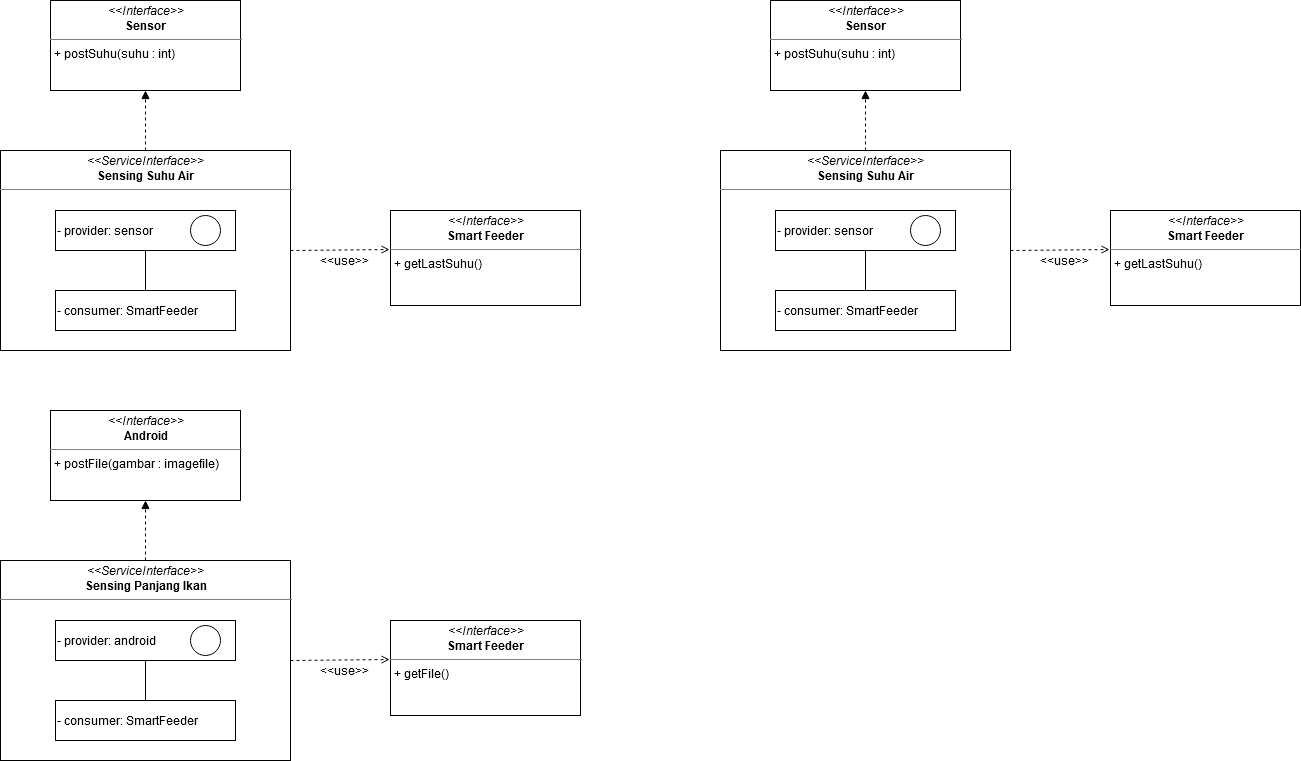
Above: serviceinterface.png in shadow17t/diagram (draw.io), before the change. Source tidied: cells renumbered, new cells last; positions are measured from the earlier drawing's top-left corner, leaving out a move shared by most shapes.
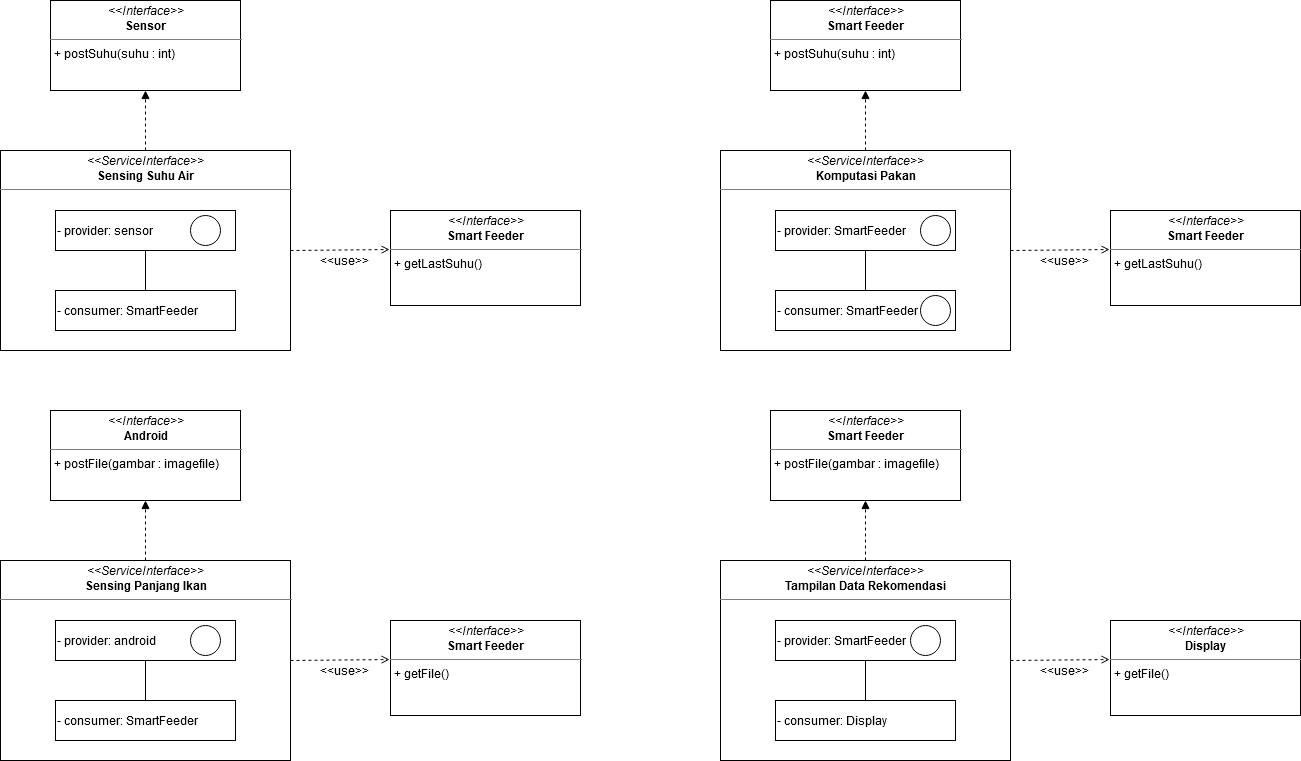
Above is the later version.

Diff of the diagram source:
```diff
@@ -62,17 +62,17 @@
     <mxCell id="21" value="&amp;lt;&amp;lt;use&amp;gt;&amp;gt;" style="text;html=1;strokeColor=none;fillColor=none;align=center;verticalAlign=middle;whiteSpace=wrap;rounded=0;" parent="1" vertex="1">
       <mxGeometry x="324" y="660" width="40" height="20" as="geometry" />
     </mxCell>
-    <mxCell id="22" value="&lt;p style=&quot;margin: 0px ; margin-top: 4px ; text-align: center&quot;&gt;&lt;i&gt;&amp;lt;&amp;lt;Interface&amp;gt;&amp;gt;&lt;/i&gt;&lt;br&gt;&lt;b&gt;Sensor&lt;br&gt;&lt;/b&gt;&lt;/p&gt;&lt;hr size=&quot;1&quot;&gt;&lt;p style=&quot;margin: 0px ; margin-left: 4px&quot;&gt;+ postSuhu(suhu : int)&lt;br&gt;&lt;/p&gt;" style="verticalAlign=top;align=left;overflow=fill;fontSize=12;fontFamily=Helvetica;html=1;" parent="1" vertex="1">
+    <mxCell id="22" value="&lt;p style=&quot;margin: 0px ; margin-top: 4px ; text-align: center&quot;&gt;&lt;i&gt;&amp;lt;&amp;lt;Interface&amp;gt;&amp;gt;&lt;/i&gt;&lt;br&gt;&lt;b&gt;Smart Feeder&lt;br&gt;&lt;/b&gt;&lt;/p&gt;&lt;hr size=&quot;1&quot;&gt;&lt;p style=&quot;margin: 0px ; margin-left: 4px&quot;&gt;+ postSuhu(suhu : int)&lt;br&gt;&lt;/p&gt;" style="verticalAlign=top;align=left;overflow=fill;fontSize=12;fontFamily=Helvetica;html=1;" parent="1" vertex="1">
       <mxGeometry x="770" width="190" height="90" as="geometry" />
     </mxCell>
-    <mxCell id="23" value="&lt;p style=&quot;margin: 0px ; margin-top: 4px ; text-align: center&quot;&gt;&lt;i&gt;&amp;lt;&amp;lt;ServiceInterface&amp;gt;&amp;gt;&lt;/i&gt;&lt;br&gt;&lt;b&gt;Sensing Suhu Air&lt;br&gt;&lt;/b&gt;&lt;/p&gt;&lt;hr size=&quot;1&quot;&gt;" style="verticalAlign=top;align=left;overflow=fill;fontSize=12;fontFamily=Helvetica;html=1;" parent="1" vertex="1">
+    <mxCell id="23" value="&lt;p style=&quot;margin: 0px ; margin-top: 4px ; text-align: center&quot;&gt;&lt;i&gt;&amp;lt;&amp;lt;ServiceInterface&amp;gt;&amp;gt;&lt;/i&gt;&lt;br&gt;&lt;b&gt;Komputasi Pakan&lt;br&gt;&lt;/b&gt;&lt;/p&gt;&lt;hr size=&quot;1&quot;&gt;" style="verticalAlign=top;align=left;overflow=fill;fontSize=12;fontFamily=Helvetica;html=1;" parent="1" vertex="1">
       <mxGeometry x="720" y="150" width="290" height="200" as="geometry" />
     </mxCell>
-    <mxCell id="24" value="&lt;div align=&quot;left&quot;&gt;- provider: sensor&lt;/div&gt;" style="rounded=0;whiteSpace=wrap;html=1;align=left;" parent="1" vertex="1">
+    <mxCell id="24" value="&lt;div align=&quot;left&quot;&gt;- provider: SmartFeeder&lt;/div&gt;" style="rounded=0;whiteSpace=wrap;html=1;align=left;" parent="1" vertex="1">
       <mxGeometry x="775" y="210" width="180" height="40" as="geometry" />
     </mxCell>
     <mxCell id="25" style="ellipse;whiteSpace=wrap;html=1;" parent="1" vertex="1">
-      <mxGeometry x="910" y="215" width="30" height="30" as="geometry" />
+      <mxGeometry x="920" y="215" width="30" height="30" as="geometry" />
     </mxCell>
     <mxCell id="26" value="&lt;div align=&quot;left&quot;&gt;- consumer: SmartFeeder&lt;/div&gt;" style="rounded=0;whiteSpace=wrap;html=1;align=left;" parent="1" vertex="1">
       <mxGeometry x="775" y="290" width="180" height="40" as="geometry" />
@@ -92,5 +92,38 @@
     <mxCell id="31" value="&amp;lt;&amp;lt;use&amp;gt;&amp;gt;" style="text;html=1;strokeColor=none;fillColor=none;align=center;verticalAlign=middle;whiteSpace=wrap;rounded=0;" parent="1" vertex="1">
       <mxGeometry x="1044" y="250" width="40" height="20" as="geometry" />
     </mxCell>
+    <mxCell id="32" style="ellipse;whiteSpace=wrap;html=1;" parent="1" vertex="1">
+      <mxGeometry x="920" y="295" width="30" height="30" as="geometry" />
+    </mxCell>
+    <mxCell id="33" value="&lt;p style=&quot;margin: 0px ; margin-top: 4px ; text-align: center&quot;&gt;&lt;i&gt;&amp;lt;&amp;lt;Interface&amp;gt;&amp;gt;&lt;/i&gt;&lt;br&gt;&lt;b&gt;Smart Feeder&lt;br&gt;&lt;/b&gt;&lt;/p&gt;&lt;hr size=&quot;1&quot;&gt;&lt;p style=&quot;margin: 0px ; margin-left: 4px&quot;&gt;+ postFile(gambar : imagefile)&lt;br&gt;&lt;/p&gt;" style="verticalAlign=top;align=left;overflow=fill;fontSize=12;fontFamily=Helvetica;html=1;" parent="1" vertex="1">
+      <mxGeometry x="770" y="410" width="190" height="90" as="geometry" />
+    </mxCell>
+    <mxCell id="34" value="&lt;p style=&quot;margin: 0px ; margin-top: 4px ; text-align: center&quot;&gt;&lt;i&gt;&amp;lt;&amp;lt;ServiceInterface&amp;gt;&amp;gt;&lt;/i&gt;&lt;br&gt;&lt;b&gt;Tampilan Data Rekomendasi&lt;br&gt;&lt;/b&gt;&lt;/p&gt;&lt;hr size=&quot;1&quot;&gt;" style="verticalAlign=top;align=left;overflow=fill;fontSize=12;fontFamily=Helvetica;html=1;" parent="1" vertex="1">
+      <mxGeometry x="720" y="560" width="290" height="200" as="geometry" />
+    </mxCell>
+    <mxCell id="35" value="&lt;div align=&quot;left&quot;&gt;- provider: SmartFeeder&lt;/div&gt;" style="rounded=0;whiteSpace=wrap;html=1;align=left;" parent="1" vertex="1">
+      <mxGeometry x="775" y="620" width="180" height="40" as="geometry" />
+    </mxCell>
+    <mxCell id="36" style="ellipse;whiteSpace=wrap;html=1;" parent="1" vertex="1">
+      <mxGeometry x="910" y="625" width="30" height="30" as="geometry" />
+    </mxCell>
+    <mxCell id="37" value="&lt;div align=&quot;left&quot;&gt;- consumer: Display&lt;/div&gt;" style="rounded=0;whiteSpace=wrap;html=1;align=left;" parent="1" vertex="1">
+      <mxGeometry x="775" y="700" width="180" height="40" as="geometry" />
+    </mxCell>
+    <mxCell id="38" style="endArrow=none;html=1;exitX=0.5;exitY=0;exitDx=0;exitDy=0;entryX=0.5;entryY=1;entryDx=0;entryDy=0;" parent="1" edge="1" source="37" target="35">
+      <mxGeometry relative="1" as="geometry" />
+    </mxCell>
+    <mxCell id="39" style="endArrow=block;html=1;entryX=0.5;entryY=1;entryDx=0;entryDy=0;exitX=0.5;exitY=0;exitDx=0;exitDy=0;dashed=1;endFill=1;" parent="1" edge="1" source="34" target="33">
+      <mxGeometry relative="1" as="geometry" />
+    </mxCell>
+    <mxCell id="40" value="&lt;p style=&quot;margin: 0px ; margin-top: 4px ; text-align: center&quot;&gt;&lt;i&gt;&amp;lt;&amp;lt;Interface&amp;gt;&amp;gt;&lt;/i&gt;&lt;br&gt;&lt;b&gt;Display&lt;br&gt;&lt;/b&gt;&lt;/p&gt;&lt;hr size=&quot;1&quot;&gt;&lt;p style=&quot;margin: 0px ; margin-left: 4px&quot;&gt;+ getFile()&lt;br&gt;&lt;/p&gt;" style="verticalAlign=top;align=left;overflow=fill;fontSize=12;fontFamily=Helvetica;html=1;" parent="1" vertex="1">
+      <mxGeometry x="1110" y="620" width="190" height="95" as="geometry" />
+    </mxCell>
+    <mxCell id="41" style="endArrow=open;html=1;dashed=1;exitX=1;exitY=0.5;exitDx=0;exitDy=0;entryX=-0.005;entryY=0.411;entryDx=0;entryDy=0;entryPerimeter=0;endFill=0;" parent="1" edge="1" source="34" target="40">
+      <mxGeometry relative="1" as="geometry" />
+    </mxCell>
+    <mxCell id="42" value="&amp;lt;&amp;lt;use&amp;gt;&amp;gt;" style="text;html=1;strokeColor=none;fillColor=none;align=center;verticalAlign=middle;whiteSpace=wrap;rounded=0;" parent="1" vertex="1">
+      <mxGeometry x="1044" y="660" width="40" height="20" as="geometry" />
+    </mxCell>
   </root>
 </mxGraphModel>
```
